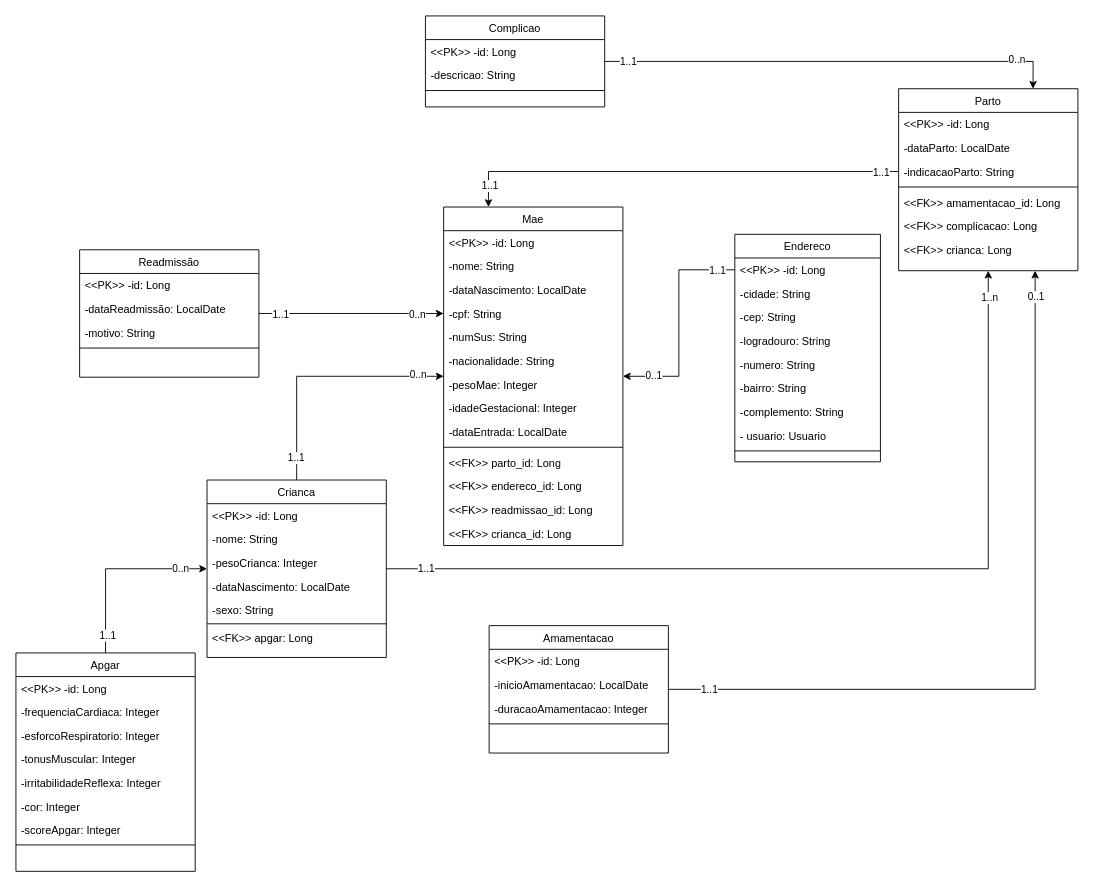
Emerson66/hminsn keeps this draw.io diagram as neonatal - diagrama de classe.drawio. Above is the earlier version. Source tidied: cells renumbered, new cells numbered last; positions are measured from the earlier drawing's top-left corner, leaving out a move shared by most shapes. Both pictures are drawn from the tidied source at 91%, with x=0, y=0 at pixel (15, 15).
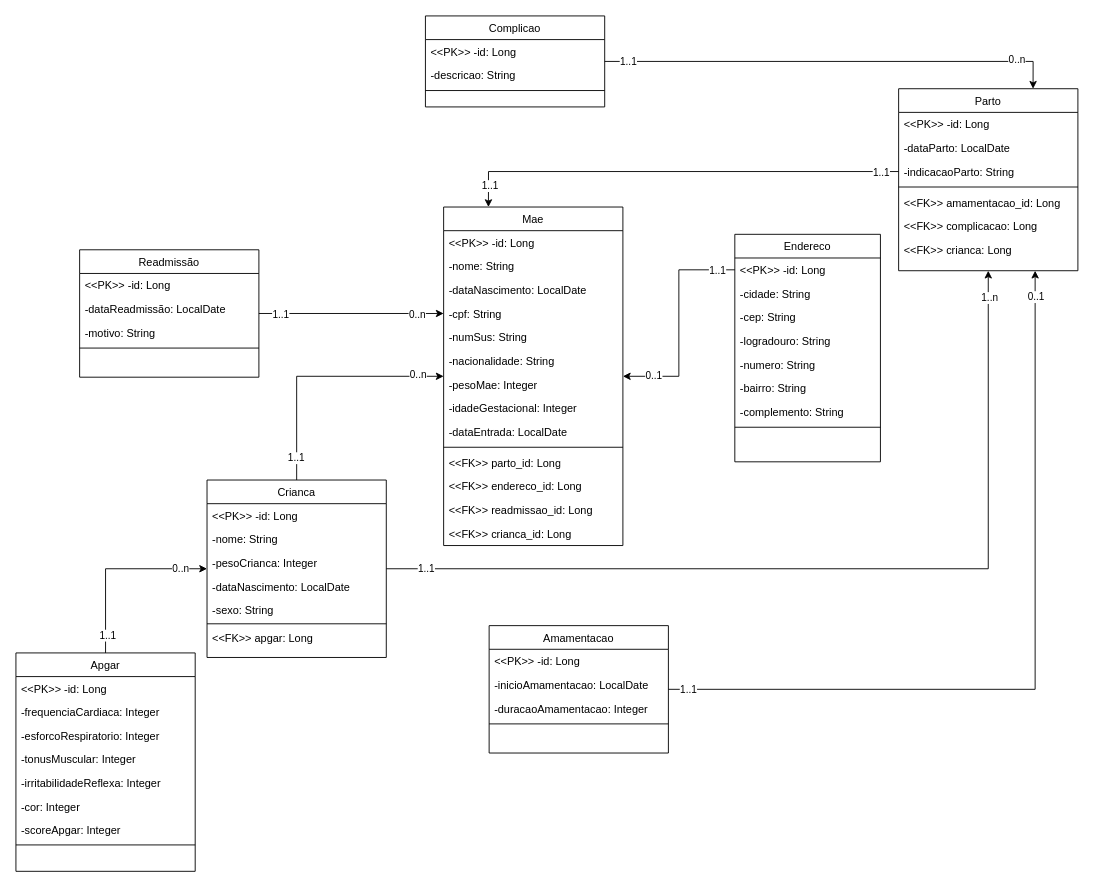
After the change.

The change refers to these unchanged cells:
```xml
<mxCell id="20" value="Endereco" style="swimlane;fontStyle=0;align=center;verticalAlign=top;horizontal=1;startSize=26;rounded=0;shadow=0;strokeWidth=1;" parent="1" vertex="1">
  <mxGeometry x="790" y="240" width="160" height="250" as="geometry" />
</mxCell>
<mxCell id="51" style="edgeStyle=orthogonalEdgeStyle;rounded=0;jettySize=auto;html=1;" parent="1" edge="1" source="54" target="33">
  <mxGeometry relative="1" as="geometry">
    <Array as="points">
      <mxPoint x="1120" y="740" />
    </Array>
  </mxGeometry>
</mxCell>
```

Change to the diagram source:
```diff
@@
-    <mxCell id="28" value="- usuario: Usuario" style="text;strokeColor=none;fillColor=none;align=left;verticalAlign=top;spacingLeft=4;spacingRight=4;overflow=hidden;whiteSpace=wrap;html=1;" parent="20" vertex="1">
-      <mxGeometry y="208" width="160" height="26" as="geometry" />
-    </mxCell>
     <mxCell id="29" style="line;strokeWidth=1;fillColor=none;align=left;verticalAlign=middle;spacingTop=-1;spacingLeft=3;spacingRight=3;labelPosition=right;strokeColor=inherit;" parent="20" vertex="1">
-      <mxGeometry y="234" width="160" height="8" as="geometry" />
+      <mxGeometry y="208" width="160" height="8" as="geometry" />
     </mxCell>
@@
     <mxCell id="53" value="1..1" style="edgeLabel;html=1;align=center;verticalAlign=middle;" parent="51" vertex="1">
       <mxGeometry x="-0.78" y="1" relative="1" as="geometry">
-        <mxPoint x="-51" as="offset" />
+        <mxPoint x="-74" as="offset" />
       </mxGeometry>
     </mxCell>
```
